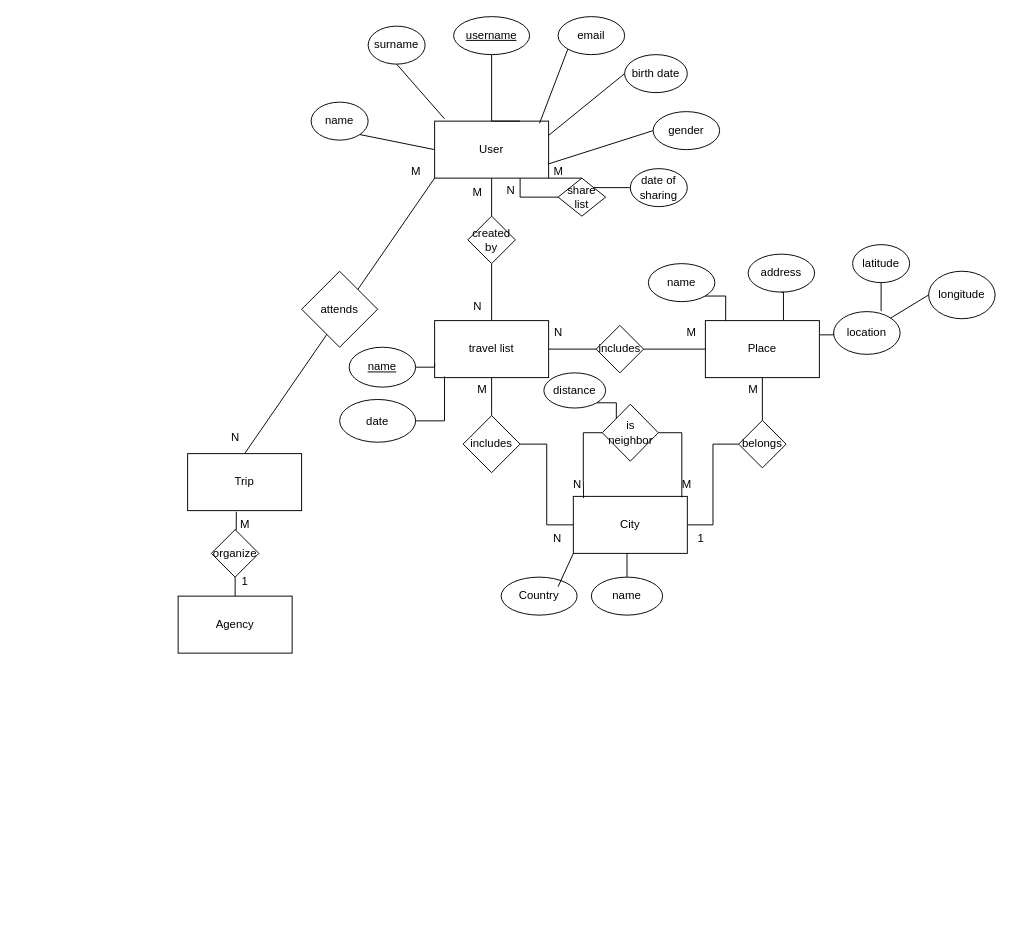
georgibozhinoski/bp_lab1_2023 keeps this draw.io diagram as BP lab1.drawio. Above is the earlier version. Source tidied: cells renumbered, new cells numbered last; positions are measured from the earlier drawing's top-left corner, leaving out a move shared by most shapes. Both pictures are drawn from the tidied source at 95%, with x=0, y=0 at pixel (178, 16).
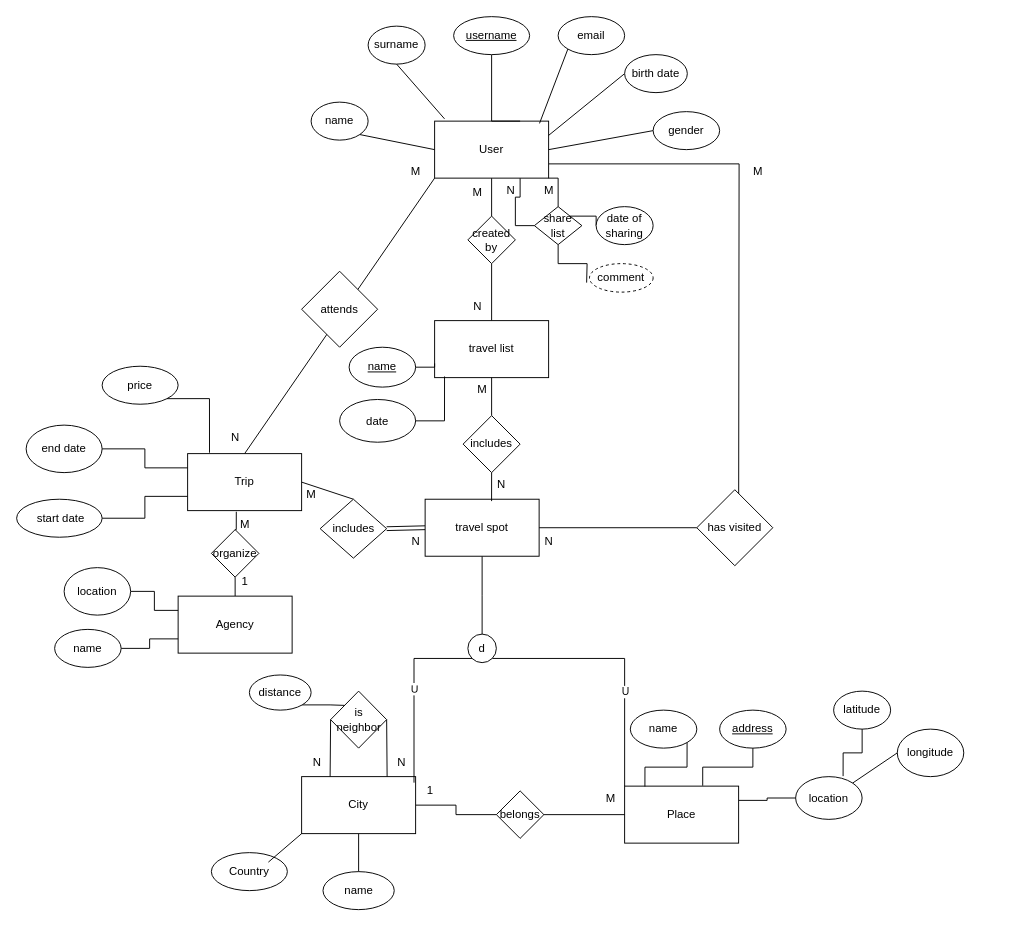
Above is the later version.

Unchanged cells that the change refers to:
```xml
<mxCell id="6" value="User" style="rounded=0;whiteSpace=wrap;html=1;" parent="1" vertex="1">
  <mxGeometry x="270" y="110" width="120" height="60" as="geometry" />
</mxCell>
<mxCell id="17" value="gender" style="ellipse;whiteSpace=wrap;html=1;" parent="1" vertex="1">
  <mxGeometry x="500" y="100" width="70" height="40" as="geometry" />
</mxCell>
<mxCell id="21" value="travel list" style="rounded=0;whiteSpace=wrap;html=1;" parent="1" vertex="1">
  <mxGeometry x="270" y="320" width="120" height="60" as="geometry" />
</mxCell>
<mxCell id="34" value="Agency" style="rounded=0;whiteSpace=wrap;html=1;" parent="1" vertex="1">
  <mxGeometry y="610" width="120" height="60" as="geometry" />
</mxCell>
<mxCell id="35" value="Trip" style="rounded=0;whiteSpace=wrap;html=1;" parent="1" vertex="1">
  <mxGeometry x="10" y="460" width="120" height="60" as="geometry" />
</mxCell>
<mxCell id="38" value="includes" style="rhombus;whiteSpace=wrap;html=1;" parent="1" vertex="1">
  <mxGeometry x="300" y="420" width="60" height="60" as="geometry" />
</mxCell>
```

Change to the diagram source:
```diff
@@
+    <mxCell id="5" style="rounded=0;jettySize=auto;html=1;exitX=0;exitY=1;exitDx=0;exitDy=0;entryX=0.5;entryY=0;entryDx=0;entryDy=0;endArrow=none;endFill=0;" parent="1" edge="1" source="6" target="35">
+      <mxGeometry relative="1" as="geometry" />
+    </mxCell>
@@
-    <mxCell id="5" style="rounded=0;jettySize=auto;html=1;exitX=0;exitY=1;exitDx=0;exitDy=0;entryX=0.5;entryY=0;entryDx=0;entryDy=0;endArrow=none;endFill=0;" parent="1" edge="1" source="6" target="35">
-      <mxGeometry relative="1" as="geometry" />
-    </mxCell>
+    <mxCell id="81" style="edgeStyle=orthogonalEdgeStyle;rounded=0;jettySize=auto;html=1;exitX=1;exitY=0.75;exitDx=0;exitDy=0;endArrow=none;endFill=0;" parent="1" edge="1" source="6">
+      <mxGeometry relative="1" as="geometry">
+        <mxPoint x="590" y="540" as="targetPoint" />
+      </mxGeometry>
+    </mxCell>
@@
-    <mxCell id="16" style="rounded=0;jettySize=auto;html=1;exitX=0;exitY=0.5;exitDx=0;exitDy=0;entryX=1;entryY=0.75;entryDx=0;entryDy=0;endArrow=none;endFill=0;" parent="1" edge="1" source="17" target="6">
+    <mxCell id="16" style="rounded=0;jettySize=auto;html=1;exitX=0;exitY=0.5;exitDx=0;exitDy=0;entryX=1;entryY=0.5;entryDx=0;entryDy=0;endArrow=none;endFill=0;" parent="1" edge="1" source="17" target="6">
       <mxGeometry relative="1" as="geometry" />
     </mxCell>
@@
-    <mxCell id="20" style="edgeStyle=orthogonalEdgeStyle;rounded=0;jettySize=auto;html=1;exitX=1;exitY=0.5;exitDx=0;exitDy=0;entryX=0;entryY=0.5;entryDx=0;entryDy=0;endArrow=none;endFill=0;" parent="1" edge="1" source="21" target="40">
-      <mxGeometry relative="1" as="geometry" />
-    </mxCell>
@@
-    <mxCell id="25" style="edgeStyle=orthogonalEdgeStyle;rounded=0;jettySize=auto;html=1;exitX=1;exitY=0;exitDx=0;exitDy=0;endArrow=none;endFill=0;" parent="1" edge="1" source="26">
-      <mxGeometry relative="1" as="geometry">
-        <mxPoint x="500" y="180" as="targetPoint" />
-      </mxGeometry>
+    <mxCell id="25" style="edgeStyle=orthogonalEdgeStyle;rounded=0;jettySize=auto;html=1;exitX=1;exitY=0;exitDx=0;exitDy=0;endArrow=none;endFill=0;entryX=0;entryY=0.5;entryDx=0;entryDy=0;" parent="1" edge="1" source="26" target="27">
+      <mxGeometry relative="1" as="geometry" />
     </mxCell>
+    <mxCell id="82" style="edgeStyle=orthogonalEdgeStyle;rounded=0;jettySize=auto;html=1;exitX=0.5;exitY=1;exitDx=0;exitDy=0;endArrow=none;endFill=0;" parent="1" edge="1" source="26">
+      <mxGeometry relative="1" as="geometry">
+        <mxPoint x="430" y="280" as="targetPoint" />
+      </mxGeometry>
+    </mxCell>
     <mxCell id="26" value="share list" style="rhombus;whiteSpace=wrap;html=1;" parent="1" vertex="1">
-      <mxGeometry x="400" y="170" width="50" height="40" as="geometry" />
+      <mxGeometry x="375" y="200" width="50" height="40" as="geometry" />
     </mxCell>
     <mxCell id="27" value="date of sharing" style="ellipse;whiteSpace=wrap;html=1;" parent="1" vertex="1">
-      <mxGeometry x="476" y="160" width="60" height="40" as="geometry" />
+      <mxGeometry x="440" y="200" width="60" height="40" as="geometry" />
     </mxCell>
@@
     <mxCell id="29" value="Place" style="rounded=0;whiteSpace=wrap;html=1;" parent="1" vertex="1">
-      <mxGeometry x="555" y="320" width="120" height="60" as="geometry" />
+      <mxGeometry x="470" y="810" width="120" height="60" as="geometry" />
     </mxCell>
@@
     <mxCell id="32" value="City" style="rounded=0;whiteSpace=wrap;html=1;" parent="1" vertex="1">
-      <mxGeometry x="416" y="505" width="120" height="60" as="geometry" />
+      <mxGeometry x="130" y="800" width="120" height="60" as="geometry" />
     </mxCell>
@@
+    <mxCell id="83" style="rounded=0;jettySize=auto;html=1;exitX=1;exitY=0.5;exitDx=0;exitDy=0;entryX=0.5;entryY=0;entryDx=0;entryDy=0;endArrow=none;endFill=0;" parent="1" edge="1" source="35" target="40">
+      <mxGeometry relative="1" as="geometry" />
+    </mxCell>
@@
-    <mxCell id="36" style="edgeStyle=orthogonalEdgeStyle;rounded=0;jettySize=auto;html=1;exitX=1;exitY=0.5;exitDx=0;exitDy=0;entryX=0;entryY=0.5;entryDx=0;entryDy=0;endArrow=none;endFill=0;" parent="1" edge="1" source="38" target="32">
-      <mxGeometry relative="1" as="geometry" />
-    </mxCell>
@@
-    <mxCell id="39" style="edgeStyle=orthogonalEdgeStyle;rounded=0;jettySize=auto;html=1;exitX=1;exitY=0.5;exitDx=0;exitDy=0;entryX=0;entryY=0.5;entryDx=0;entryDy=0;endArrow=none;endFill=0;" parent="1" edge="1" source="40" target="29">
-      <mxGeometry relative="1" as="geometry" />
-    </mxCell>
-    <mxCell id="40" value="includes" style="rhombus;whiteSpace=wrap;html=1;" parent="1" vertex="1">
-      <mxGeometry x="440" y="325" width="50" height="50" as="geometry" />
-    </mxCell>
-    <mxCell id="41" style="edgeStyle=orthogonalEdgeStyle;rounded=0;jettySize=auto;html=1;exitX=0.5;exitY=0;exitDx=0;exitDy=0;entryX=0.5;entryY=1;entryDx=0;entryDy=0;endArrow=none;endFill=0;" parent="1" edge="1" source="42" target="29">
+    <mxCell id="41" style="edgeStyle=orthogonalEdgeStyle;rounded=0;jettySize=auto;html=1;exitX=1;exitY=0.5;exitDx=0;exitDy=0;entryX=0;entryY=0.5;entryDx=0;entryDy=0;endArrow=none;endFill=0;" parent="1" edge="1" source="42" target="29">
       <mxGeometry relative="1" as="geometry" />
     </mxCell>
     <mxCell id="42" value="belongs" style="rhombus;whiteSpace=wrap;html=1;" parent="1" vertex="1">
-      <mxGeometry x="590" y="425" width="50" height="50" as="geometry" />
+      <mxGeometry x="335" y="815" width="50" height="50" as="geometry" />
     </mxCell>
@@
     <mxCell id="44" value="N" style="text;html=1;align=center;verticalAlign=middle;strokeColor=none;fillColor=none;" parent="1" vertex="1">
-      <mxGeometry x="384" y="535" width="30" height="30" as="geometry" />
+      <mxGeometry x="130.5" y="770" width="30" height="30" as="geometry" />
     </mxCell>
-    <mxCell id="45" value="M" style="text;html=1;align=center;verticalAlign=middle;strokeColor=none;fillColor=none;" parent="1" vertex="1">
-      <mxGeometry x="590" y="378" width="30" height="30" as="geometry" />
+    <mxCell id="45" value="N" style="text;html=1;align=center;verticalAlign=middle;strokeColor=none;fillColor=none;" parent="1" vertex="1">
+      <mxGeometry x="325" y="478" width="30" height="30" as="geometry" />
     </mxCell>
     <mxCell id="46" value="1" style="text;html=1;align=center;verticalAlign=middle;points=[];strokeColor=none;fillColor=none;" parent="1" vertex="1">
-      <mxGeometry x="535" y="535" width="30" height="30" as="geometry" />
+      <mxGeometry x="250" y="800" width="30" height="30" as="geometry" />
     </mxCell>
-    <mxCell id="47" value="M" style="text;html=1;align=center;verticalAlign=middle;strokeColor=none;fillColor=none;" parent="1" vertex="1">
-      <mxGeometry x="525" y="318" width="30" height="30" as="geometry" />
-    </mxCell>
-    <mxCell id="48" value="N" style="text;html=1;align=center;verticalAlign=middle;strokeColor=none;fillColor=none;" parent="1" vertex="1">
-      <mxGeometry x="385" y="318" width="30" height="30" as="geometry" />
-    </mxCell>
@@
-    <mxCell id="50" value="M" style="text;html=1;align=center;verticalAlign=middle;strokeColor=none;fillColor=none;" parent="1" vertex="1">
-      <mxGeometry x="385" y="148" width="30" height="30" as="geometry" />
-    </mxCell>
     <mxCell id="51" value="is neighbor" style="rhombus;whiteSpace=wrap;html=1;" parent="1" vertex="1">
-      <mxGeometry x="446.5" y="408" width="59" height="60" as="geometry" />
+      <mxGeometry x="160.5" y="710" width="59" height="60" as="geometry" />
     </mxCell>
     <mxCell id="52" value="M" style="text;html=1;align=center;verticalAlign=middle;points=[];strokeColor=none;fillColor=none;" parent="1" vertex="1">
-      <mxGeometry x="520" y="478" width="30" height="30" as="geometry" />
+      <mxGeometry x="440" y="807.5" width="30" height="30" as="geometry" />
     </mxCell>
     <mxCell id="53" value="N" style="text;html=1;align=center;verticalAlign=middle;points=[];strokeColor=none;fillColor=none;" parent="1" vertex="1">
-      <mxGeometry x="405" y="478" width="30" height="30" as="geometry" />
+      <mxGeometry x="220" y="770" width="30" height="30" as="geometry" />
     </mxCell>
@@
     <mxCell id="65" value="name" style="ellipse;whiteSpace=wrap;html=1;" parent="1" vertex="1">
-      <mxGeometry x="495" y="260" width="70" height="40" as="geometry" />
+      <mxGeometry x="476" y="730" width="70" height="40" as="geometry" />
     </mxCell>
-    <mxCell id="66" value="address" style="ellipse;whiteSpace=wrap;html=1;" parent="1" vertex="1">
-      <mxGeometry x="600" y="250" width="70" height="40" as="geometry" />
+    <mxCell id="66" value="&lt;u&gt;address&lt;/u&gt;" style="ellipse;whiteSpace=wrap;html=1;" parent="1" vertex="1">
+      <mxGeometry x="570" y="730" width="70" height="40" as="geometry" />
     </mxCell>
     <mxCell id="67" value="location" style="ellipse;whiteSpace=wrap;html=1;" parent="1" vertex="1">
-      <mxGeometry x="690" y="310.5" width="70" height="45" as="geometry" />
+      <mxGeometry x="650" y="800" width="70" height="45" as="geometry" />
     </mxCell>
     <mxCell id="68" value="latitude" style="ellipse;whiteSpace=wrap;html=1;" parent="1" vertex="1">
-      <mxGeometry x="710" y="240" width="60" height="40" as="geometry" />
+      <mxGeometry x="690" y="710" width="60" height="40" as="geometry" />
     </mxCell>
@@
     <mxCell id="70" value="longitude" style="ellipse;whiteSpace=wrap;html=1;" parent="1" vertex="1">
-      <mxGeometry x="790" y="268" width="70" height="50" as="geometry" />
+      <mxGeometry x="757" y="750" width="70" height="50" as="geometry" />
     </mxCell>
@@
-    <mxCell id="74" style="edgeStyle=orthogonalEdgeStyle;rounded=0;jettySize=auto;html=1;exitX=0;exitY=0.5;exitDx=0;exitDy=0;entryX=0.727;entryY=0.96;entryDx=0;entryDy=0;entryPerimeter=0;endArrow=none;endFill=0;" parent="1" edge="1" source="51" target="53">
+    <mxCell id="74" style="rounded=0;jettySize=auto;html=1;exitX=0;exitY=0.5;exitDx=0;exitDy=0;entryX=0.25;entryY=0;entryDx=0;entryDy=0;endArrow=none;endFill=0;" parent="1" edge="1" source="51" target="32">
       <mxGeometry relative="1" as="geometry" />
     </mxCell>
-    <mxCell id="75" style="edgeStyle=orthogonalEdgeStyle;rounded=0;jettySize=auto;html=1;exitX=1;exitY=0.5;exitDx=0;exitDy=0;entryX=0.34;entryY=0.933;entryDx=0;entryDy=0;entryPerimeter=0;endArrow=none;endFill=0;" parent="1" edge="1" source="51" target="52">
+    <mxCell id="75" style="rounded=0;jettySize=auto;html=1;exitX=1;exitY=0.5;exitDx=0;exitDy=0;endArrow=none;endFill=0;entryX=0.75;entryY=0;entryDx=0;entryDy=0;" parent="1" edge="1" source="51" target="32">
       <mxGeometry relative="1" as="geometry" />
     </mxCell>
     <mxCell id="76" value="Country" style="ellipse;whiteSpace=wrap;html=1;" parent="1" vertex="1">
-      <mxGeometry x="340" y="590" width="80" height="40" as="geometry" />
+      <mxGeometry x="35" y="880" width="80" height="40" as="geometry" />
     </mxCell>
@@
     <mxCell id="78" value="name" style="ellipse;whiteSpace=wrap;html=1;" parent="1" vertex="1">
-      <mxGeometry x="435" y="590" width="75" height="40" as="geometry" />
+      <mxGeometry x="152.5" y="900" width="75" height="40" as="geometry" />
     </mxCell>
@@
     <mxCell id="80" value="distance" style="ellipse;whiteSpace=wrap;html=1;" parent="1" vertex="1">
-      <mxGeometry x="385" y="375" width="65" height="37" as="geometry" />
+      <mxGeometry x="75" y="693" width="65" height="37" as="geometry" />
     </mxCell>
+    <mxCell id="84" style="edgeStyle=orthogonalEdgeStyle;rounded=0;jettySize=auto;html=1;exitX=0.5;exitY=1;exitDx=0;exitDy=0;endArrow=none;endFill=0;" parent="1" edge="1" source="86">
+      <mxGeometry relative="1" as="geometry">
+        <mxPoint x="320" y="650" as="targetPoint" />
+      </mxGeometry>
+    </mxCell>
+    <mxCell id="85" style="rounded=0;jettySize=auto;html=1;exitX=0;exitY=0.5;exitDx=0;exitDy=0;entryX=1;entryY=0.5;entryDx=0;entryDy=0;endArrow=none;endFill=0;shape=link;" parent="1" edge="1" source="86" target="40">
+      <mxGeometry relative="1" as="geometry" />
+    </mxCell>
+    <mxCell id="86" value="travel spot" style="rounded=0;whiteSpace=wrap;html=1;" parent="1" vertex="1">
+      <mxGeometry x="260" y="508" width="120" height="60" as="geometry" />
+    </mxCell>
+    <mxCell id="87" style="edgeStyle=orthogonalEdgeStyle;rounded=0;jettySize=auto;html=1;exitX=0.5;exitY=1;exitDx=0;exitDy=0;entryX=0.583;entryY=0.033;entryDx=0;entryDy=0;entryPerimeter=0;endArrow=none;endFill=0;" parent="1" edge="1" source="38" target="86">
+      <mxGeometry relative="1" as="geometry" />
+    </mxCell>
+    <mxCell id="88" style="edgeStyle=orthogonalEdgeStyle;rounded=0;jettySize=auto;html=1;exitX=1;exitY=1;exitDx=0;exitDy=0;entryX=0;entryY=0;entryDx=0;entryDy=0;endArrow=none;endFill=0;" parent="1" edge="1" source="90" target="29">
+      <mxGeometry relative="1" as="geometry" />
+    </mxCell>
+    <mxCell id="89" value="U" style="edgeLabel;html=1;align=center;verticalAlign=middle;rotation=0;" parent="88" vertex="1">
+      <mxGeometry x="0.23" y="3" relative="1" as="geometry">
+        <mxPoint x="-3" y="6" as="offset" />
+      </mxGeometry>
+    </mxCell>
+    <mxCell id="90" value="d" style="ellipse;whiteSpace=wrap;html=1;" parent="1" vertex="1">
+      <mxGeometry x="305" y="650" width="30" height="30" as="geometry" />
+    </mxCell>
+    <mxCell id="91" style="edgeStyle=orthogonalEdgeStyle;rounded=0;jettySize=auto;html=1;exitX=0;exitY=1;exitDx=0;exitDy=0;entryX=-0.057;entryY=0.212;entryDx=0;entryDy=0;entryPerimeter=0;endArrow=none;endFill=0;" parent="1" edge="1" source="90" target="46">
+      <mxGeometry relative="1" as="geometry" />
+    </mxCell>
+    <mxCell id="92" value="U" style="edgeLabel;html=1;align=center;verticalAlign=middle;rotation=1;" parent="91" vertex="1">
+      <mxGeometry x="-0.03" relative="1" as="geometry" />
+    </mxCell>
+    <mxCell id="40" value="includes" style="rhombus;whiteSpace=wrap;html=1;" parent="1" vertex="1">
+      <mxGeometry x="149.5" y="508" width="70" height="62" as="geometry" />
+    </mxCell>
+    <mxCell id="93" value="M" style="text;html=1;align=center;verticalAlign=middle;strokeColor=none;fillColor=none;" parent="1" vertex="1">
+      <mxGeometry x="125" y="488" width="30" height="30" as="geometry" />
+    </mxCell>
+    <mxCell id="94" value="N" style="text;html=1;align=center;verticalAlign=middle;strokeColor=none;fillColor=none;" parent="1" vertex="1">
+      <mxGeometry x="235" y="538" width="30" height="30" as="geometry" />
+    </mxCell>
+    <mxCell id="95" style="edgeStyle=orthogonalEdgeStyle;rounded=0;jettySize=auto;html=1;exitX=1;exitY=0.5;exitDx=0;exitDy=0;entryX=0;entryY=0.25;entryDx=0;entryDy=0;endArrow=none;endFill=0;" parent="1" edge="1" source="96" target="35">
+      <mxGeometry relative="1" as="geometry" />
+    </mxCell>
+    <mxCell id="96" value="end date" style="ellipse;whiteSpace=wrap;html=1;" parent="1" vertex="1">
+      <mxGeometry x="-160" y="430" width="80" height="50" as="geometry" />
+    </mxCell>
+    <mxCell id="97" value="price" style="ellipse;whiteSpace=wrap;html=1;" parent="1" vertex="1">
+      <mxGeometry x="-80" y="368" width="80" height="40" as="geometry" />
+    </mxCell>
+    <mxCell id="98" style="edgeStyle=orthogonalEdgeStyle;rounded=0;jettySize=auto;html=1;exitX=1;exitY=0.5;exitDx=0;exitDy=0;entryX=0;entryY=0.75;entryDx=0;entryDy=0;endArrow=none;endFill=0;" parent="1" edge="1" source="99" target="35">
+      <mxGeometry relative="1" as="geometry" />
+    </mxCell>
+    <mxCell id="99" value="&amp;nbsp;start date" style="ellipse;whiteSpace=wrap;html=1;" parent="1" vertex="1">
+      <mxGeometry x="-170" y="508" width="90" height="40" as="geometry" />
+    </mxCell>
+    <mxCell id="100" style="edgeStyle=orthogonalEdgeStyle;rounded=0;jettySize=auto;html=1;exitX=1;exitY=1;exitDx=0;exitDy=0;entryX=0.192;entryY=-0.016;entryDx=0;entryDy=0;entryPerimeter=0;endArrow=none;endFill=0;" parent="1" edge="1" source="97" target="35">
+      <mxGeometry relative="1" as="geometry" />
+    </mxCell>
+    <mxCell id="101" style="edgeStyle=orthogonalEdgeStyle;rounded=0;jettySize=auto;html=1;exitX=1;exitY=0.5;exitDx=0;exitDy=0;entryX=0;entryY=0.25;entryDx=0;entryDy=0;endArrow=none;endFill=0;" parent="1" edge="1" source="102" target="34">
+      <mxGeometry relative="1" as="geometry" />
+    </mxCell>
+    <mxCell id="102" value="location" style="ellipse;whiteSpace=wrap;html=1;" parent="1" vertex="1">
+      <mxGeometry x="-120" y="580" width="70" height="50" as="geometry" />
+    </mxCell>
+    <mxCell id="103" style="edgeStyle=orthogonalEdgeStyle;rounded=0;jettySize=auto;html=1;exitX=1;exitY=0.5;exitDx=0;exitDy=0;entryX=0;entryY=0.75;entryDx=0;entryDy=0;endArrow=none;endFill=0;" parent="1" edge="1" source="104" target="34">
+      <mxGeometry relative="1" as="geometry" />
+    </mxCell>
+    <mxCell id="104" value="name" style="ellipse;whiteSpace=wrap;html=1;" parent="1" vertex="1">
+      <mxGeometry x="-130" y="645" width="70" height="40" as="geometry" />
+    </mxCell>
+    <mxCell id="105" value="M" style="text;html=1;align=center;verticalAlign=middle;strokeColor=none;fillColor=none;" parent="1" vertex="1">
+      <mxGeometry x="375" y="168" width="30" height="30" as="geometry" />
+    </mxCell>
+    <mxCell id="106" style="edgeStyle=orthogonalEdgeStyle;rounded=0;jettySize=auto;html=1;exitX=0;exitY=0.5;exitDx=0;exitDy=0;entryX=1;entryY=0.5;entryDx=0;entryDy=0;endArrow=none;endFill=0;" parent="1" edge="1" source="107" target="86">
+      <mxGeometry relative="1" as="geometry" />
+    </mxCell>
+    <mxCell id="107" value="has visited" style="rhombus;whiteSpace=wrap;html=1;" parent="1" vertex="1">
+      <mxGeometry x="546" y="498" width="80" height="80" as="geometry" />
+    </mxCell>
+    <mxCell id="108" value="M" style="text;html=1;align=center;verticalAlign=middle;strokeColor=none;fillColor=none;" parent="1" vertex="1">
+      <mxGeometry x="595" y="148" width="30" height="30" as="geometry" />
+    </mxCell>
+    <mxCell id="109" value="N" style="text;html=1;align=center;verticalAlign=middle;strokeColor=none;fillColor=none;" parent="1" vertex="1">
+      <mxGeometry x="375" y="538" width="30" height="30" as="geometry" />
+    </mxCell>
+    <mxCell id="110" value="comment" style="ellipse;whiteSpace=wrap;html=1;align=center;dashed=1;" parent="1" vertex="1">
+      <mxGeometry x="433" y="260" width="67" height="30" as="geometry" />
+    </mxCell>
```
